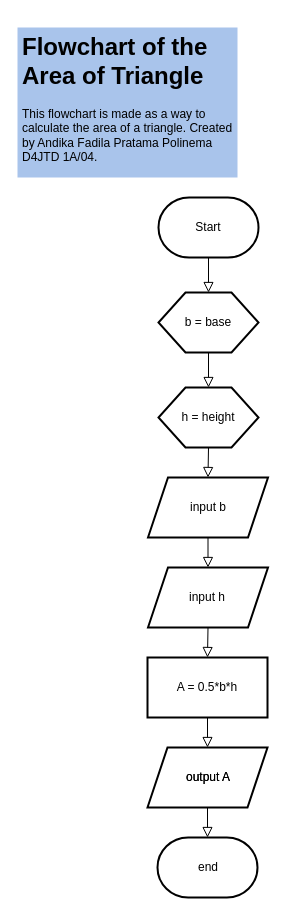
This is Flowchart of Area of Triangle.drawio from troders34/troders34, a draw.io file, before an edit. Source tidied: cells renumbered, new cells numbered last; positions are measured from the earlier drawing's top-left corner, leaving out a move shared by most shapes. Both pictures are drawn from the tidied source at 100%, with x=0, y=0 at pixel (17, 27).
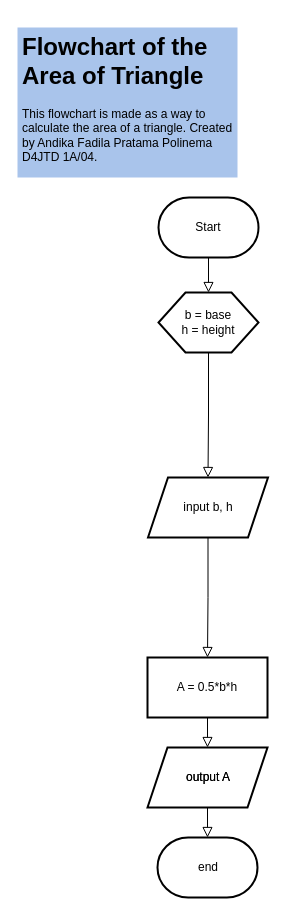
Above is the later version.

The change refers to these unchanged cells:
```xml
<mxCell id="2" style="shape=parallelogram;perimeter=parallelogramPerimeter;whiteSpace=wrap;html=1;fixedSize=1;strokeWidth=2;" parent="1" vertex="1">
  <mxGeometry x="130.5" y="450" width="120" height="60" as="geometry" />
</mxCell>
<mxCell id="7" style="verticalLabelPosition=bottom;verticalAlign=top;html=1;shape=hexagon;perimeter=hexagonPerimeter2;arcSize=6;size=0.27;strokeWidth=2;" parent="1" vertex="1">
  <mxGeometry x="141" y="265" width="100" height="60" as="geometry" />
</mxCell>
<mxCell id="15" style="rounded=0;whiteSpace=wrap;html=1;strokeWidth=2;" parent="1" vertex="1">
  <mxGeometry x="130" y="630" width="120" height="60" as="geometry" />
</mxCell>
```

What changed in the source:
```diff
@@
-    <mxCell id="5" style="rounded=0;html=1;jettySize=auto;fontSize=11;endArrow=block;endFill=0;endSize=8;strokeWidth=1;shadow=0;labelBackgroundColor=none;edgeStyle=orthogonalEdgeStyle;entryX=0.5;entryY=0;entryDx=0;entryDy=0;exitX=0.5;exitY=1;exitDx=0;exitDy=0;" parent="1" edge="1" source="2" target="6">
-      <mxGeometry relative="1" as="geometry" />
-    </mxCell>
-    <mxCell id="6" style="shape=parallelogram;perimeter=parallelogramPerimeter;whiteSpace=wrap;html=1;fixedSize=1;strokeWidth=2;" parent="1" vertex="1">
-      <mxGeometry x="130.5" y="540" width="120" height="60" as="geometry" />
-    </mxCell>
@@
-    <mxCell id="9" value="input b" style="text;html=1;strokeColor=none;fillColor=none;align=center;verticalAlign=middle;whiteSpace=wrap;rounded=0;" parent="1" vertex="1">
+    <mxCell id="9" value="input b, h" style="text;html=1;strokeColor=none;fillColor=none;align=center;verticalAlign=middle;whiteSpace=wrap;rounded=0;" parent="1" vertex="1">
       <mxGeometry x="160.5" y="465" width="60" height="30" as="geometry" />
     </mxCell>
-    <mxCell id="10" value="b = base" style="text;html=1;strokeColor=none;fillColor=none;align=center;verticalAlign=middle;whiteSpace=wrap;rounded=0;" parent="1" vertex="1">
+    <mxCell id="10" value="b = base&lt;br&gt;h = height" style="text;html=1;strokeColor=none;fillColor=none;align=center;verticalAlign=middle;whiteSpace=wrap;rounded=0;" parent="1" vertex="1">
       <mxGeometry x="160.5" y="280" width="60" height="30" as="geometry" />
     </mxCell>
-    <mxCell id="11" style="rounded=0;html=1;jettySize=auto;fontSize=11;endArrow=block;endFill=0;endSize=8;strokeWidth=1;shadow=0;labelBackgroundColor=none;edgeStyle=orthogonalEdgeStyle;exitX=0.5;exitY=1;exitDx=0;exitDy=0;entryX=0.5;entryY=0;entryDx=0;entryDy=0;" parent="1" edge="1" source="7" target="12">
-      <mxGeometry relative="1" as="geometry" />
-    </mxCell>
-    <mxCell id="12" style="verticalLabelPosition=bottom;verticalAlign=top;html=1;shape=hexagon;perimeter=hexagonPerimeter2;arcSize=6;size=0.27;strokeWidth=2;" parent="1" vertex="1">
-      <mxGeometry x="141" y="360" width="100" height="60" as="geometry" />
-    </mxCell>
-    <mxCell id="13" value="h = height" style="text;html=1;strokeColor=none;fillColor=none;align=center;verticalAlign=middle;whiteSpace=wrap;rounded=0;" parent="1" vertex="1">
-      <mxGeometry x="161" y="375" width="60" height="30" as="geometry" />
-    </mxCell>
-    <mxCell id="14" value="input h" style="text;html=1;strokeColor=none;fillColor=none;align=center;verticalAlign=middle;whiteSpace=wrap;rounded=0;" parent="1" vertex="1">
-      <mxGeometry x="160" y="555" width="60" height="30" as="geometry" />
-    </mxCell>
@@
-    <mxCell id="17" style="rounded=0;html=1;jettySize=auto;fontSize=11;endArrow=block;endFill=0;endSize=8;strokeWidth=1;shadow=0;labelBackgroundColor=none;edgeStyle=orthogonalEdgeStyle;exitX=0.5;exitY=1;exitDx=0;exitDy=0;entryX=0.5;entryY=0;entryDx=0;entryDy=0;" parent="1" edge="1" source="12" target="2">
+    <mxCell id="17" style="rounded=0;html=1;jettySize=auto;fontSize=11;endArrow=block;endFill=0;endSize=8;strokeWidth=1;shadow=0;labelBackgroundColor=none;edgeStyle=orthogonalEdgeStyle;exitX=0.5;exitY=1;exitDx=0;exitDy=0;entryX=0.5;entryY=0;entryDx=0;entryDy=0;" parent="1" edge="1" source="7" target="2">
       <mxGeometry relative="1" as="geometry" />
     </mxCell>
-    <mxCell id="18" style="rounded=0;html=1;jettySize=auto;fontSize=11;endArrow=block;endFill=0;endSize=8;strokeWidth=1;shadow=0;labelBackgroundColor=none;edgeStyle=orthogonalEdgeStyle;exitX=0.5;exitY=1;exitDx=0;exitDy=0;entryX=0.5;entryY=0;entryDx=0;entryDy=0;" parent="1" edge="1" source="6" target="15">
+    <mxCell id="18" style="rounded=0;html=1;jettySize=auto;fontSize=11;endArrow=block;endFill=0;endSize=8;strokeWidth=1;shadow=0;labelBackgroundColor=none;edgeStyle=orthogonalEdgeStyle;exitX=0.5;exitY=1;exitDx=0;exitDy=0;entryX=0.5;entryY=0;entryDx=0;entryDy=0;" parent="1" edge="1" source="2" target="15">
       <mxGeometry relative="1" as="geometry" />
     </mxCell>
```
